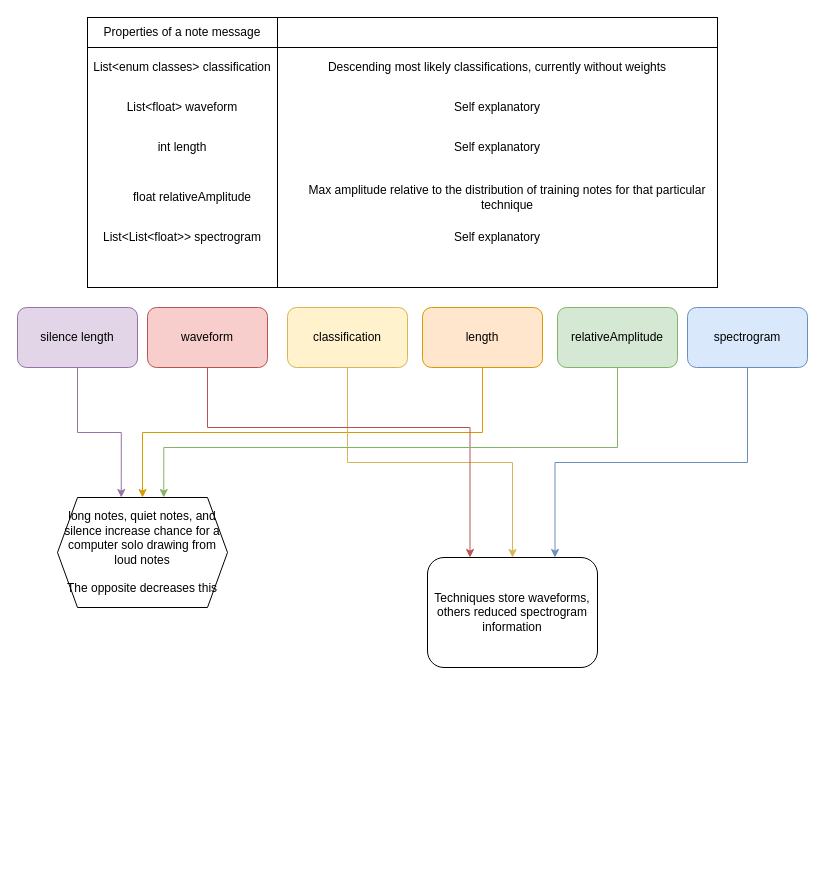
Before: Untitled Diagram.drawio in trian-gles/ai-technique-classification, a draw.io diagram. Source tidied: cells renumbered, new cells numbered last; positions are measured from the earlier drawing's top-left corner, leaving out a move shared by most shapes. Both pictures are drawn from the tidied source at 100%, with x=0, y=0 at pixel (17, 17).
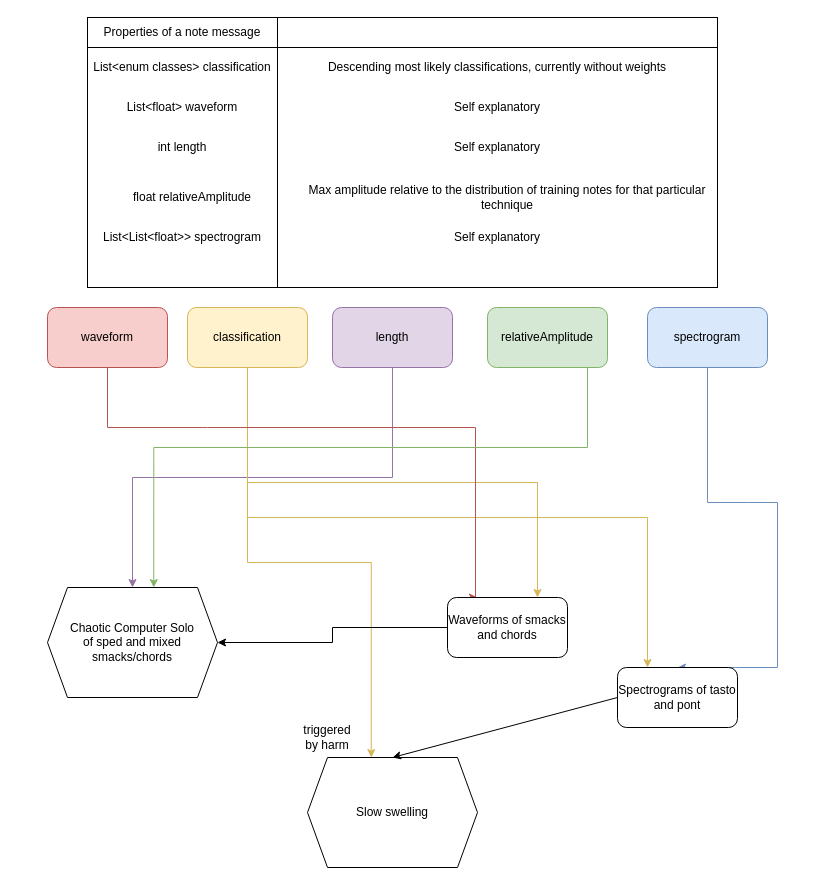
After the change.

The edit, as a diff of the source:
```diff
@@
-    <mxCell id="12" style="edgeStyle=orthogonalEdgeStyle;rounded=0;jettySize=auto;html=1;exitX=0.5;exitY=1;exitDx=0;exitDy=0;fillColor=#ffe6cc;strokeColor=#d79b00;" parent="1" edge="1" source="13" target="16">
+    <mxCell id="12" style="edgeStyle=orthogonalEdgeStyle;rounded=0;jettySize=auto;html=1;exitX=0.5;exitY=1;exitDx=0;exitDy=0;fillColor=#e1d5e7;strokeColor=#9673a6;" parent="1" edge="1" source="13" target="16">
       <mxGeometry relative="1" as="geometry" />
     </mxCell>
-    <mxCell id="13" value="length" style="rounded=1;whiteSpace=wrap;html=1;fillColor=#ffe6cc;strokeColor=#d79b00;" parent="1" vertex="1">
-      <mxGeometry x="405" y="290" width="120" height="60" as="geometry" />
+    <mxCell id="13" value="length" style="rounded=1;whiteSpace=wrap;html=1;fillColor=#e1d5e7;strokeColor=#9673a6;" parent="1" vertex="1">
+      <mxGeometry x="315" y="290" width="120" height="60" as="geometry" />
     </mxCell>
-    <mxCell id="14" style="edgeStyle=orthogonalEdgeStyle;rounded=0;jettySize=auto;html=1;exitX=0.5;exitY=1;exitDx=0;exitDy=0;entryX=0.75;entryY=0;entryDx=0;entryDy=0;fillColor=#dae8fc;strokeColor=#6c8ebf;" parent="1" edge="1" source="15" target="25">
-      <mxGeometry relative="1" as="geometry" />
+    <mxCell id="14" style="edgeStyle=orthogonalEdgeStyle;rounded=0;jettySize=auto;html=1;exitX=0.5;exitY=1;exitDx=0;exitDy=0;entryX=0.5;entryY=0;entryDx=0;entryDy=0;fillColor=#dae8fc;strokeColor=#6c8ebf;" parent="1" edge="1" source="15" target="34">
+      <mxGeometry relative="1" as="geometry">
+        <Array as="points">
+          <mxPoint x="730" y="485" />
+          <mxPoint x="760" y="485" />
+          <mxPoint x="760" y="620" />
+        </Array>
+      </mxGeometry>
     </mxCell>
     <mxCell id="15" value="spectrogram" style="rounded=1;whiteSpace=wrap;html=1;fillColor=#dae8fc;strokeColor=#6c8ebf;" parent="1" vertex="1">
-      <mxGeometry x="670" y="290" width="120" height="60" as="geometry" />
+      <mxGeometry x="630" y="290" width="120" height="60" as="geometry" />
     </mxCell>
-    <mxCell id="16" value="long notes, quiet notes, and silence increase chance for a computer solo drawing from loud notes&lt;br&gt;&lt;br&gt;The opposite decreases this" style="shape=hexagon;perimeter=hexagonPerimeter2;whiteSpace=wrap;html=1;fixedSize=1;" parent="1" vertex="1">
-      <mxGeometry x="40" y="480" width="170" height="110" as="geometry" />
+    <mxCell id="16" value="Chaotic Computer Solo&lt;br&gt;of sped and mixed smacks/chords" style="shape=hexagon;perimeter=hexagonPerimeter2;whiteSpace=wrap;html=1;fixedSize=1;" parent="1" vertex="1">
+      <mxGeometry x="30" y="570" width="170" height="110" as="geometry" />
     </mxCell>
@@
-    <mxCell id="19" style="edgeStyle=orthogonalEdgeStyle;rounded=0;jettySize=auto;html=1;exitX=0.5;exitY=1;exitDx=0;exitDy=0;entryX=0.375;entryY=0;entryDx=0;entryDy=0;fillColor=#e1d5e7;strokeColor=#9673a6;" parent="1" edge="1" source="20" target="16">
-      <mxGeometry relative="1" as="geometry" />
-    </mxCell>
-    <mxCell id="20" value="silence length" style="rounded=1;whiteSpace=wrap;html=1;fillColor=#e1d5e7;strokeColor=#9673a6;" parent="1" vertex="1">
-      <mxGeometry y="290" width="120" height="60" as="geometry" />
-    </mxCell>
-    <mxCell id="21" style="edgeStyle=orthogonalEdgeStyle;rounded=0;jettySize=auto;html=1;exitX=0.5;exitY=1;exitDx=0;exitDy=0;entryX=0.5;entryY=0;entryDx=0;entryDy=0;fillColor=#fff2cc;strokeColor=#d6b656;" parent="1" edge="1" source="22" target="25">
+    <mxCell id="21" style="edgeStyle=orthogonalEdgeStyle;rounded=0;jettySize=auto;html=1;exitX=0.5;exitY=1;exitDx=0;exitDy=0;entryX=0.75;entryY=0;entryDx=0;entryDy=0;fillColor=#fff2cc;strokeColor=#d6b656;" parent="1" edge="1" source="22" target="33">
       <mxGeometry relative="1" as="geometry" />
     </mxCell>
+    <mxCell id="28" style="edgeStyle=orthogonalEdgeStyle;rounded=0;jettySize=auto;html=1;exitX=0.5;exitY=1;exitDx=0;exitDy=0;entryX=0.375;entryY=0;entryDx=0;entryDy=0;fillColor=#fff2cc;strokeColor=#d6b656;" parent="1" edge="1" source="22" target="30">
+      <mxGeometry relative="1" as="geometry" />
+    </mxCell>
+    <mxCell id="29" style="edgeStyle=orthogonalEdgeStyle;rounded=0;jettySize=auto;html=1;exitX=0.5;exitY=1;exitDx=0;exitDy=0;entryX=0.25;entryY=0;entryDx=0;entryDy=0;fillColor=#fff2cc;strokeColor=#d6b656;" parent="1" edge="1" source="22" target="34">
+      <mxGeometry relative="1" as="geometry" />
+    </mxCell>
     <mxCell id="22" value="classification" style="rounded=1;whiteSpace=wrap;html=1;fillColor=#fff2cc;strokeColor=#d6b656;" parent="1" vertex="1">
-      <mxGeometry x="270" y="290" width="120" height="60" as="geometry" />
+      <mxGeometry x="170" y="290" width="120" height="60" as="geometry" />
     </mxCell>
-    <mxCell id="23" style="edgeStyle=orthogonalEdgeStyle;rounded=0;jettySize=auto;html=1;exitX=0.5;exitY=1;exitDx=0;exitDy=0;entryX=0.25;entryY=0;entryDx=0;entryDy=0;fillColor=#f8cecc;strokeColor=#b85450;" parent="1" edge="1" source="24" target="25">
+    <mxCell id="23" style="edgeStyle=orthogonalEdgeStyle;rounded=0;jettySize=auto;html=1;exitX=0.5;exitY=1;exitDx=0;exitDy=0;fillColor=#f8cecc;strokeColor=#b85450;entryX=0.25;entryY=0;entryDx=0;entryDy=0;" parent="1" edge="1" source="24" target="33">
       <mxGeometry relative="1" as="geometry">
         <Array as="points">
           <mxPoint x="190" y="410" />
-          <mxPoint x="452" y="410" />
+          <mxPoint x="458" y="410" />
+          <mxPoint x="458" y="560" />
         </Array>
       </mxGeometry>
     </mxCell>
     <mxCell id="24" value="waveform" style="rounded=1;whiteSpace=wrap;html=1;fillColor=#f8cecc;strokeColor=#b85450;" parent="1" vertex="1">
-      <mxGeometry x="130" y="290" width="120" height="60" as="geometry" />
+      <mxGeometry x="30" y="290" width="120" height="60" as="geometry" />
     </mxCell>
-    <mxCell id="25" value="Techniques store waveforms, others reduced spectrogram information" style="rounded=1;whiteSpace=wrap;html=1;" parent="1" vertex="1">
-      <mxGeometry x="410" y="540" width="170" height="110" as="geometry" />
-    </mxCell>
     <mxCell id="26" style="edgeStyle=orthogonalEdgeStyle;rounded=0;jettySize=auto;html=1;exitX=0.5;exitY=1;exitDx=0;exitDy=0;entryX=0.625;entryY=0;entryDx=0;entryDy=0;fillColor=#d5e8d4;strokeColor=#82b366;" parent="1" edge="1" source="27" target="16">
       <mxGeometry relative="1" as="geometry">
         <Array as="points">
-          <mxPoint x="600" y="430" />
-          <mxPoint x="146" y="430" />
+          <mxPoint x="570" y="430" />
+          <mxPoint x="136" y="430" />
         </Array>
       </mxGeometry>
     </mxCell>
     <mxCell id="27" value="relativeAmplitude" style="rounded=1;whiteSpace=wrap;html=1;fillColor=#d5e8d4;strokeColor=#82b366;" parent="1" vertex="1">
-      <mxGeometry x="540" y="290" width="120" height="60" as="geometry" />
+      <mxGeometry x="470" y="290" width="120" height="60" as="geometry" />
     </mxCell>
+    <mxCell id="30" value="Slow swelling" style="shape=hexagon;perimeter=hexagonPerimeter2;whiteSpace=wrap;html=1;fixedSize=1;" parent="1" vertex="1">
+      <mxGeometry x="290" y="740" width="170" height="110" as="geometry" />
+    </mxCell>
+    <mxCell id="31" style="endArrow=classic;html=1;entryX=0.5;entryY=0;entryDx=0;entryDy=0;exitX=0;exitY=0.5;exitDx=0;exitDy=0;" parent="1" edge="1" source="34" target="30">
+      <mxGeometry relative="1" as="geometry" />
+    </mxCell>
+    <mxCell id="32" style="edgeStyle=orthogonalEdgeStyle;rounded=0;jettySize=auto;html=1;exitX=0;exitY=0.5;exitDx=0;exitDy=0;entryX=1;entryY=0.5;entryDx=0;entryDy=0;" parent="1" edge="1" source="33" target="16">
+      <mxGeometry relative="1" as="geometry" />
+    </mxCell>
+    <mxCell id="33" value="Waveforms of smacks and chords" style="rounded=1;whiteSpace=wrap;html=1;" parent="1" vertex="1">
+      <mxGeometry x="430" y="580" width="120" height="60" as="geometry" />
+    </mxCell>
+    <mxCell id="34" value="Spectrograms of tasto and pont" style="rounded=1;whiteSpace=wrap;html=1;" parent="1" vertex="1">
+      <mxGeometry x="600" y="650" width="120" height="60" as="geometry" />
+    </mxCell>
+    <mxCell id="35" value="triggered by harm" style="text;html=1;strokeColor=none;fillColor=none;align=center;verticalAlign=middle;whiteSpace=wrap;rounded=0;" parent="1" vertex="1">
+      <mxGeometry x="290" y="710" width="40" height="20" as="geometry" />
+    </mxCell>
```
